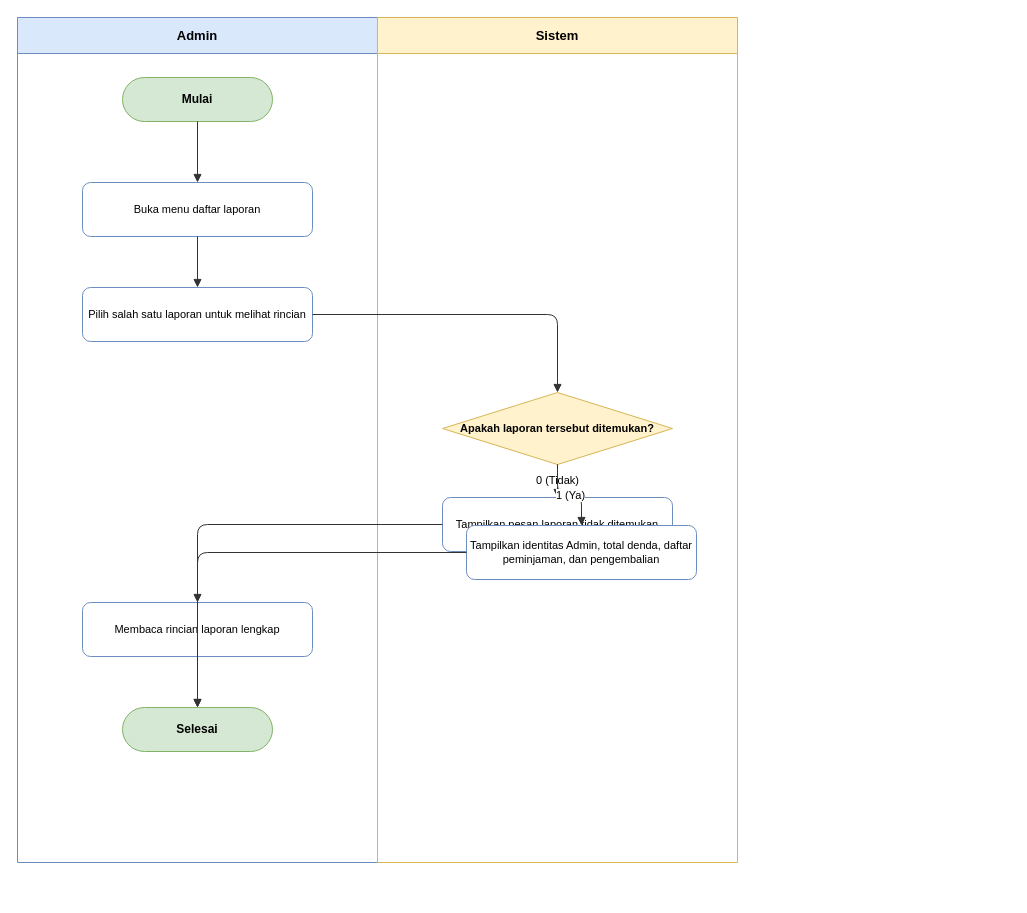
Earlier version of the draw.io diagram docs/diagrams/activity/activity-readlaporan.drawio (dimstyle/ruang-baca). Source tidied: cells renumbered, new cells numbered last; positions are measured from the earlier drawing's top-left corner, leaving out a move shared by most shapes. Both pictures are drawn from the tidied source at 100%, with x=0, y=0 at pixel (17, 17).
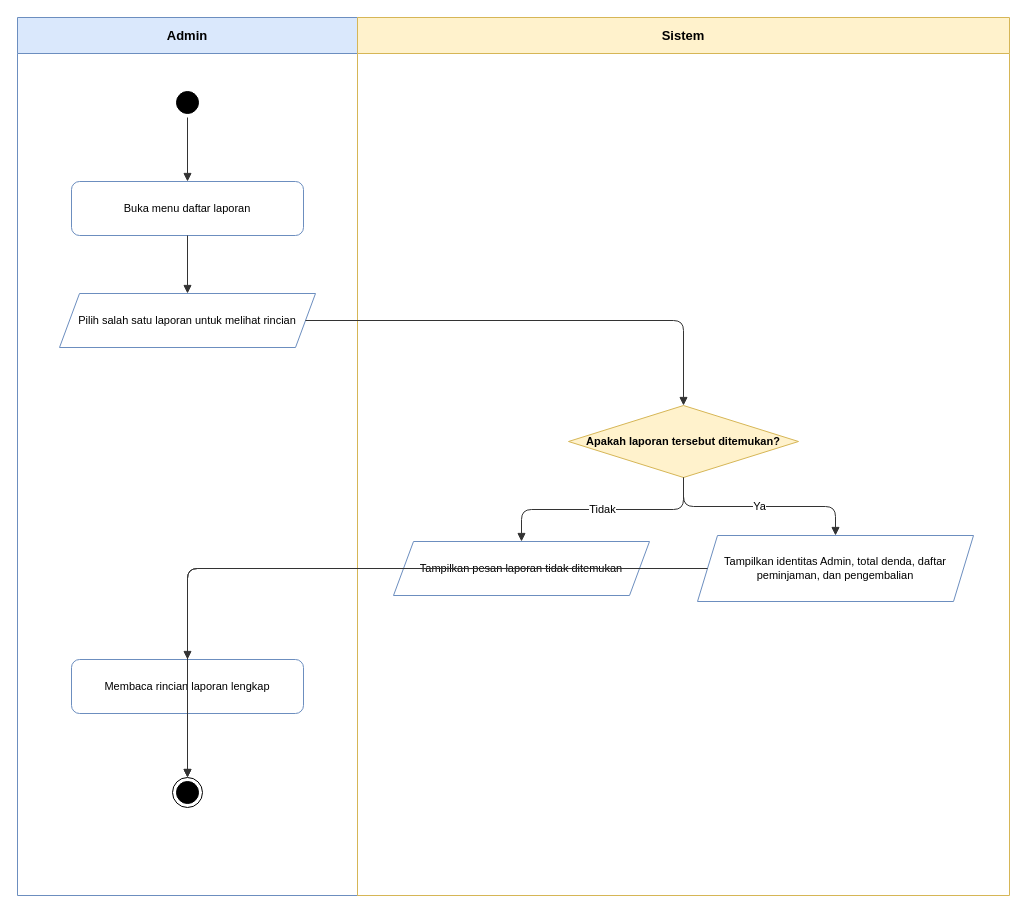
The same diagram, later.

The edit, as a diff of the source:
```diff
@@
 <mxGraphModel>
   <root>
     <mxCell id="0" />
     <mxCell id="1" parent="0" />
     <mxCell id="2" value="Admin" style="swimlane;whiteSpace=wrap;html=1;startSize=36;fillColor=#dae8fc;strokeColor=#6c8ebf;fontStyle=1;fontSize=13;" parent="1" vertex="1">
-      <mxGeometry width="360" height="845" as="geometry" />
+      <mxGeometry width="340" height="878" as="geometry" />
     </mxCell>
     <mxCell id="3" value="Sistem" style="swimlane;whiteSpace=wrap;html=1;startSize=36;fillColor=#fff2cc;strokeColor=#d6b656;fontStyle=1;fontSize=13;" parent="1" vertex="1">
-      <mxGeometry x="360" width="360" height="845" as="geometry" />
+      <mxGeometry x="340" width="652" height="878" as="geometry" />
     </mxCell>
-    <mxCell id="4" value="Mulai" style="rounded=1;whiteSpace=wrap;html=1;arcSize=50;fillColor=#d5e8d4;strokeColor=#82b366;fontStyle=1;fontSize=12;" parent="2" vertex="1">
-      <mxGeometry x="105" y="60" width="150" height="44" as="geometry" />
+    <mxCell id="4" style="ellipse;html=1;shape=startState;fillColor=#000000;strokeColor=#000000;" parent="2" vertex="1">
+      <mxGeometry x="155" y="70" width="30" height="30" as="geometry" />
     </mxCell>
     <mxCell id="5" value="Buka menu daftar laporan" style="rounded=1;whiteSpace=wrap;html=1;fillColor=#ffffff;strokeColor=#6c8ebf;fontSize=11;" parent="2" vertex="1">
-      <mxGeometry x="65" y="165" width="230" height="54" as="geometry" />
+      <mxGeometry x="54" y="164" width="232" height="54" as="geometry" />
     </mxCell>
-    <mxCell id="6" value="Pilih salah satu laporan untuk melihat rincian" style="rounded=1;whiteSpace=wrap;html=1;fillColor=#ffffff;strokeColor=#6c8ebf;fontSize=11;" parent="2" vertex="1">
-      <mxGeometry x="65" y="270" width="230" height="54" as="geometry" />
+    <mxCell id="6" value="Pilih salah satu laporan untuk melihat rincian" style="shape=parallelogram;perimeter=parallelogramPerimeter;whiteSpace=wrap;html=1;fixedSize=1;fillColor=#ffffff;strokeColor=#6c8ebf;fontSize=11;" parent="2" vertex="1">
+      <mxGeometry x="42" y="276" width="256" height="54" as="geometry" />
     </mxCell>
     <mxCell id="7" value="Membaca rincian laporan lengkap" style="rounded=1;whiteSpace=wrap;html=1;fillColor=#ffffff;strokeColor=#6c8ebf;fontSize=11;" parent="2" vertex="1">
-      <mxGeometry x="65" y="585" width="230" height="54" as="geometry" />
+      <mxGeometry x="54" y="642" width="232" height="54" as="geometry" />
     </mxCell>
-    <mxCell id="8" value="Selesai" style="rounded=1;whiteSpace=wrap;html=1;arcSize=50;fillColor=#d5e8d4;strokeColor=#82b366;fontStyle=1;fontSize=12;" parent="2" vertex="1">
-      <mxGeometry x="105" y="690" width="150" height="44" as="geometry" />
+    <mxCell id="8" style="ellipse;html=1;shape=endState;fillColor=#000000;strokeColor=#000000;" parent="2" vertex="1">
+      <mxGeometry x="155" y="760" width="30" height="30" as="geometry" />
     </mxCell>
     <mxCell id="9" value="Apakah laporan tersebut ditemukan?" style="rhombus;whiteSpace=wrap;html=1;fillColor=#fff2cc;strokeColor=#d6b656;fontStyle=1;fontSize=11;" parent="3" vertex="1">
-      <mxGeometry x="65" y="375" width="230" height="72" as="geometry" />
+      <mxGeometry x="211" y="388" width="230" height="72" as="geometry" />
     </mxCell>
-    <mxCell id="10" value="Tampilkan pesan laporan tidak ditemukan" style="rounded=1;whiteSpace=wrap;html=1;fillColor=#ffffff;strokeColor=#6c8ebf;fontSize=11;" parent="3" vertex="1">
-      <mxGeometry x="65" y="480" width="230" height="54" as="geometry" />
+    <mxCell id="10" value="Tampilkan pesan laporan tidak ditemukan" style="shape=parallelogram;perimeter=parallelogramPerimeter;whiteSpace=wrap;html=1;fixedSize=1;fillColor=#ffffff;strokeColor=#6c8ebf;fontSize=11;" parent="3" vertex="1">
+      <mxGeometry x="36" y="524" width="256" height="54" as="geometry" />
     </mxCell>
-    <mxCell id="11" value="Tampilkan identitas Admin, total denda, daftar peminjaman, dan pengembalian" style="rounded=1;whiteSpace=wrap;html=1;fillColor=#ffffff;strokeColor=#6c8ebf;fontSize=11;" parent="3" vertex="1">
-      <mxGeometry x="89" y="508" width="230" height="54" as="geometry" />
+    <mxCell id="11" value="Tampilkan identitas Admin, total denda, daftar peminjaman, dan pengembalian" style="shape=parallelogram;perimeter=parallelogramPerimeter;whiteSpace=wrap;html=1;fixedSize=1;fillColor=#ffffff;strokeColor=#6c8ebf;fontSize=11;" parent="3" vertex="1">
+      <mxGeometry x="340" y="518" width="276" height="66" as="geometry" />
     </mxCell>
     <mxCell id="12" style="edgeStyle=orthogonalEdgeStyle;rounded=1;jettySize=auto;html=1;endArrow=block;endFill=1;strokeColor=#333333;fontSize=11;labelBackgroundColor=#ffffff;" parent="1" edge="1" source="4" target="5">
       <mxGeometry relative="1" as="geometry" />
     </mxCell>
     <mxCell id="13" style="edgeStyle=orthogonalEdgeStyle;rounded=1;jettySize=auto;html=1;endArrow=block;endFill=1;strokeColor=#333333;fontSize=11;labelBackgroundColor=#ffffff;" parent="1" edge="1" source="5" target="6">
       <mxGeometry relative="1" as="geometry" />
     </mxCell>
     <mxCell id="14" style="edgeStyle=orthogonalEdgeStyle;rounded=1;jettySize=auto;html=1;endArrow=block;endFill=1;strokeColor=#333333;fontSize=11;labelBackgroundColor=#ffffff;" parent="1" edge="1" source="7" target="8">
       <mxGeometry relative="1" as="geometry" />
     </mxCell>
     <mxCell id="15" style="edgeStyle=orthogonalEdgeStyle;rounded=1;jettySize=auto;html=1;endArrow=block;endFill=1;strokeColor=#333333;fontSize=11;labelBackgroundColor=#ffffff;" parent="1" edge="1" source="6" target="9">
       <mxGeometry relative="1" as="geometry" />
     </mxCell>
-    <mxCell id="16" value="0 (Tidak)" style="edgeStyle=orthogonalEdgeStyle;rounded=1;jettySize=auto;html=1;endArrow=block;endFill=1;strokeColor=#333333;fontSize=11;labelBackgroundColor=#ffffff;" parent="1" edge="1" source="9" target="10">
+    <mxCell id="16" value="Tidak" style="edgeStyle=orthogonalEdgeStyle;rounded=1;jettySize=auto;html=1;endArrow=block;endFill=1;strokeColor=#333333;fontSize=11;labelBackgroundColor=#ffffff;" parent="1" edge="1" source="9" target="10">
       <mxGeometry relative="1" as="geometry" />
     </mxCell>
     <mxCell id="17" style="edgeStyle=orthogonalEdgeStyle;rounded=1;jettySize=auto;html=1;endArrow=block;endFill=1;strokeColor=#333333;fontSize=11;labelBackgroundColor=#ffffff;" parent="1" edge="1" source="10" target="8">
       <mxGeometry relative="1" as="geometry" />
     </mxCell>
-    <mxCell id="18" value="1 (Ya)" style="edgeStyle=orthogonalEdgeStyle;rounded=1;jettySize=auto;html=1;endArrow=block;endFill=1;strokeColor=#333333;fontSize=11;labelBackgroundColor=#ffffff;" parent="1" edge="1" source="9" target="11">
+    <mxCell id="18" value="Ya" style="edgeStyle=orthogonalEdgeStyle;rounded=1;jettySize=auto;html=1;endArrow=block;endFill=1;strokeColor=#333333;fontSize=11;labelBackgroundColor=#ffffff;" parent="1" edge="1" source="9" target="11">
       <mxGeometry relative="1" as="geometry" />
     </mxCell>
     <mxCell id="19" style="edgeStyle=orthogonalEdgeStyle;rounded=1;jettySize=auto;html=1;endArrow=block;endFill=1;strokeColor=#333333;fontSize=11;labelBackgroundColor=#ffffff;" parent="1" edge="1" source="11" target="7">
       <mxGeometry relative="1" as="geometry" />
     </mxCell>
   </root>
 </mxGraphModel>
```
